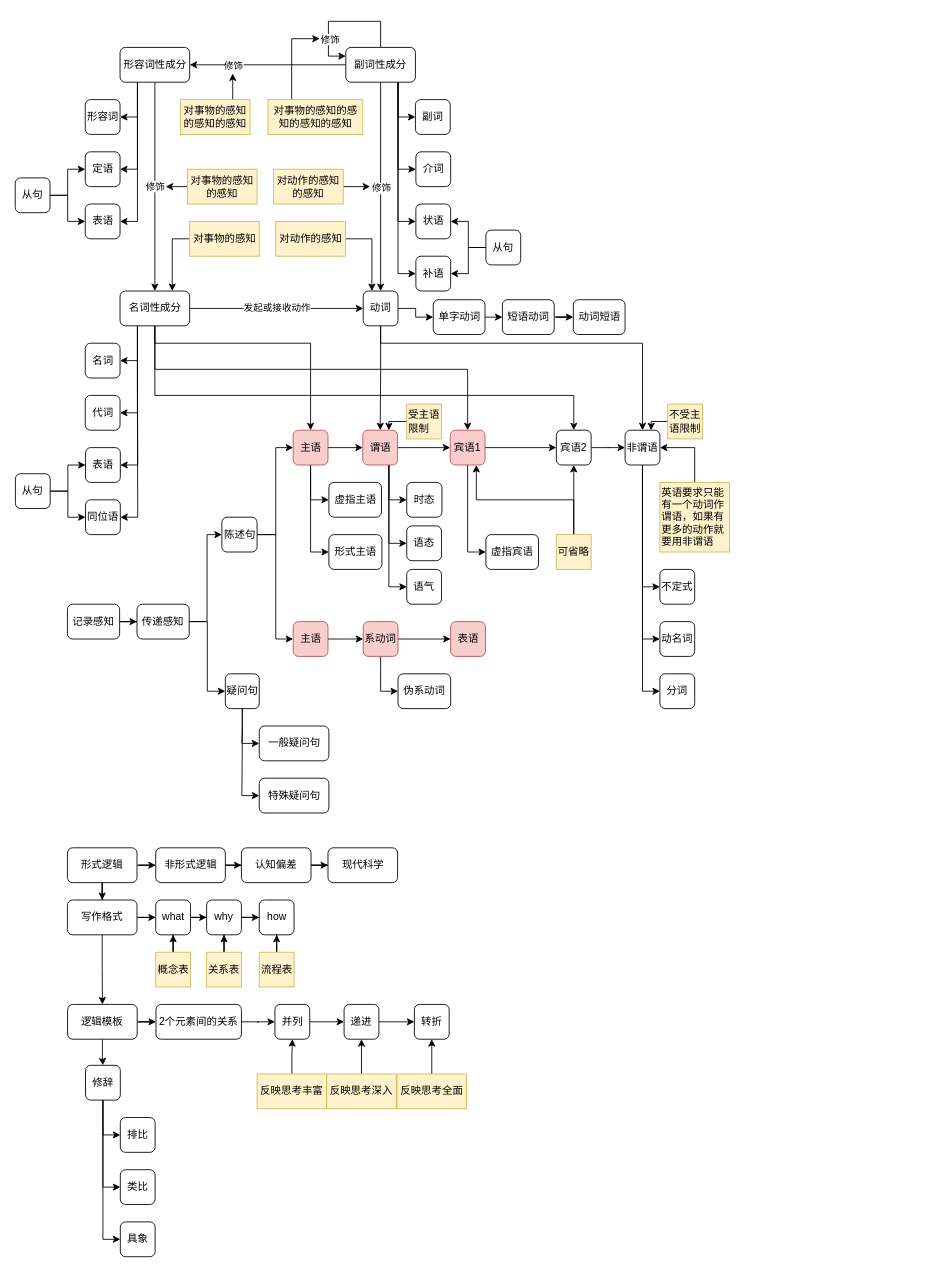
Earlier version of the draw.io diagram 语言文字.drawio (yanhanfrontend/draw.io.workspace). Source tidied: cells renumbered, new cells numbered last; positions are measured from the earlier drawing's top-left corner, leaving out a move shared by most shapes. Both pictures are drawn from the tidied source at 87%, with x=0, y=0 at pixel (15, 21).
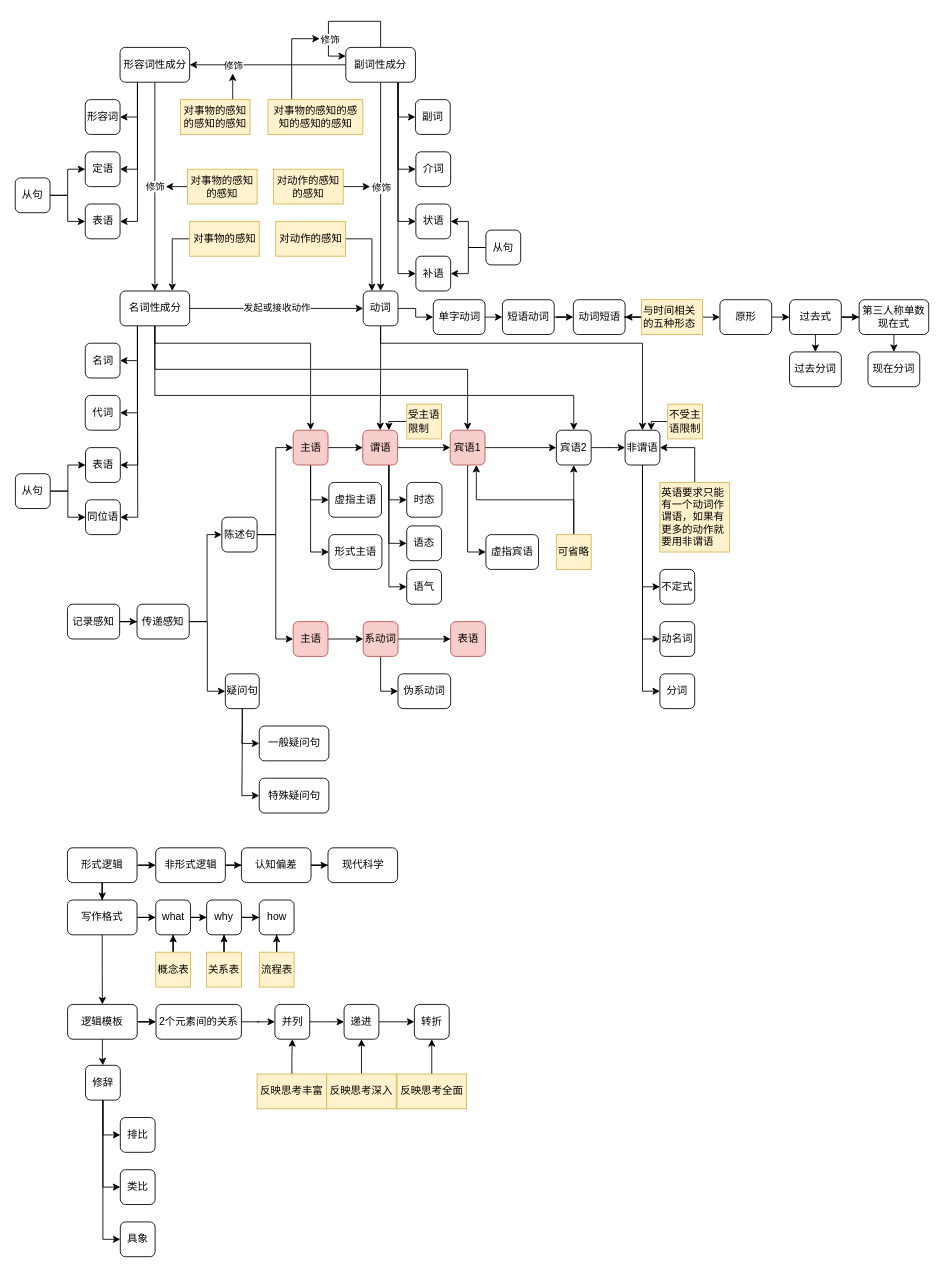
After the change.

Commit message (it also covers changes not shown here):
更新语言文字.drawio

The change refers to these unchanged cells:
```xml
<mxCell id="168" value="动词短语" style="rounded=1;whiteSpace=wrap;html=1;" parent="1" vertex="1">
  <mxGeometry x="641.5" y="320" width="59.5" height="40" as="geometry" />
</mxCell>
```

The edit, as a diff of the source:
```diff
@@
+    <mxCell id="169" style="edgeStyle=orthogonalEdgeStyle;rounded=0;jettySize=auto;html=1;exitX=0;exitY=0.5;exitDx=0;exitDy=0;" parent="1" edge="1" source="171" target="168">
+      <mxGeometry relative="1" as="geometry" />
+    </mxCell>
+    <mxCell id="170" style="edgeStyle=orthogonalEdgeStyle;rounded=0;jettySize=auto;html=1;exitX=1;exitY=0.5;exitDx=0;exitDy=0;entryX=0;entryY=0.5;entryDx=0;entryDy=0;" parent="1" edge="1" source="171" target="173">
+      <mxGeometry relative="1" as="geometry" />
+    </mxCell>
+    <mxCell id="171" value="与时间相关的五种形态" style="text;html=1;align=left;verticalAlign=middle;whiteSpace=wrap;rounded=0;fillColor=#fff2cc;strokeColor=#d6b656;" parent="1" vertex="1">
+      <mxGeometry x="720" y="320" width="70" height="40" as="geometry" />
+    </mxCell>
+    <mxCell id="172" style="edgeStyle=orthogonalEdgeStyle;rounded=0;jettySize=auto;html=1;exitX=1;exitY=0.5;exitDx=0;exitDy=0;entryX=0;entryY=0.5;entryDx=0;entryDy=0;" parent="1" edge="1" source="173" target="178">
+      <mxGeometry relative="1" as="geometry" />
+    </mxCell>
+    <mxCell id="173" value="原形" style="rounded=1;whiteSpace=wrap;html=1;" parent="1" vertex="1">
+      <mxGeometry x="810" y="320" width="59.5" height="40" as="geometry" />
+    </mxCell>
+    <mxCell id="174" style="edgeStyle=orthogonalEdgeStyle;rounded=0;jettySize=auto;html=1;exitX=0.5;exitY=1;exitDx=0;exitDy=0;entryX=0.5;entryY=0;entryDx=0;entryDy=0;" parent="1" edge="1" source="175" target="180">
+      <mxGeometry relative="1" as="geometry" />
+    </mxCell>
+    <mxCell id="175" value="第三人称单数现在式" style="rounded=1;whiteSpace=wrap;html=1;" parent="1" vertex="1">
+      <mxGeometry x="970" y="320" width="80" height="40" as="geometry" />
+    </mxCell>
+    <mxCell id="176" style="edgeStyle=orthogonalEdgeStyle;rounded=0;jettySize=auto;html=1;exitX=0.5;exitY=1;exitDx=0;exitDy=0;entryX=0.5;entryY=0;entryDx=0;entryDy=0;" parent="1" edge="1" source="178" target="179">
+      <mxGeometry relative="1" as="geometry" />
+    </mxCell>
+    <mxCell id="177" style="edgeStyle=orthogonalEdgeStyle;rounded=0;jettySize=auto;html=1;exitX=1;exitY=0.5;exitDx=0;exitDy=0;" parent="1" edge="1" source="178" target="175">
+      <mxGeometry relative="1" as="geometry" />
+    </mxCell>
+    <mxCell id="178" value="过去式" style="rounded=1;whiteSpace=wrap;html=1;" parent="1" vertex="1">
+      <mxGeometry x="890" y="320" width="59.5" height="40" as="geometry" />
+    </mxCell>
+    <mxCell id="179" value="过去分词" style="rounded=1;whiteSpace=wrap;html=1;" parent="1" vertex="1">
+      <mxGeometry x="890" y="380" width="59.5" height="40" as="geometry" />
+    </mxCell>
+    <mxCell id="180" value="现在分词" style="rounded=1;whiteSpace=wrap;html=1;" parent="1" vertex="1">
+      <mxGeometry x="980.2" y="380" width="59.5" height="40" as="geometry" />
+    </mxCell>
```
